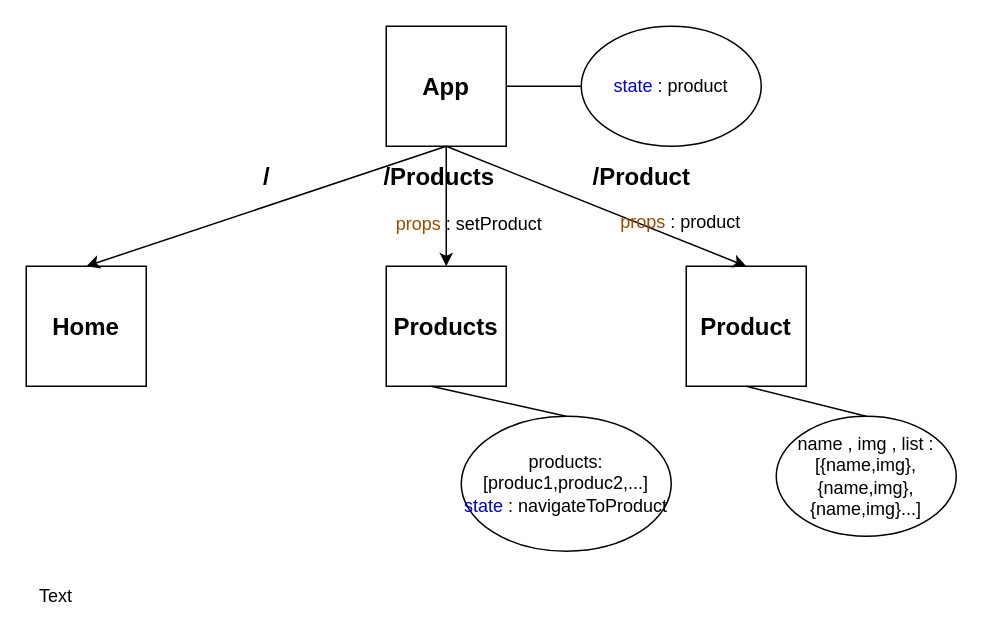
This is Component Diagram.drawio from NathanKr/react-spa-products, a draw.io file, before an edit. Source tidied: cells renumbered, new cells numbered last; positions are measured from the earlier drawing's top-left corner, leaving out a move shared by most shapes. Both pictures are drawn from the tidied source at 150%, with x=0, y=0 at pixel (26, 26).
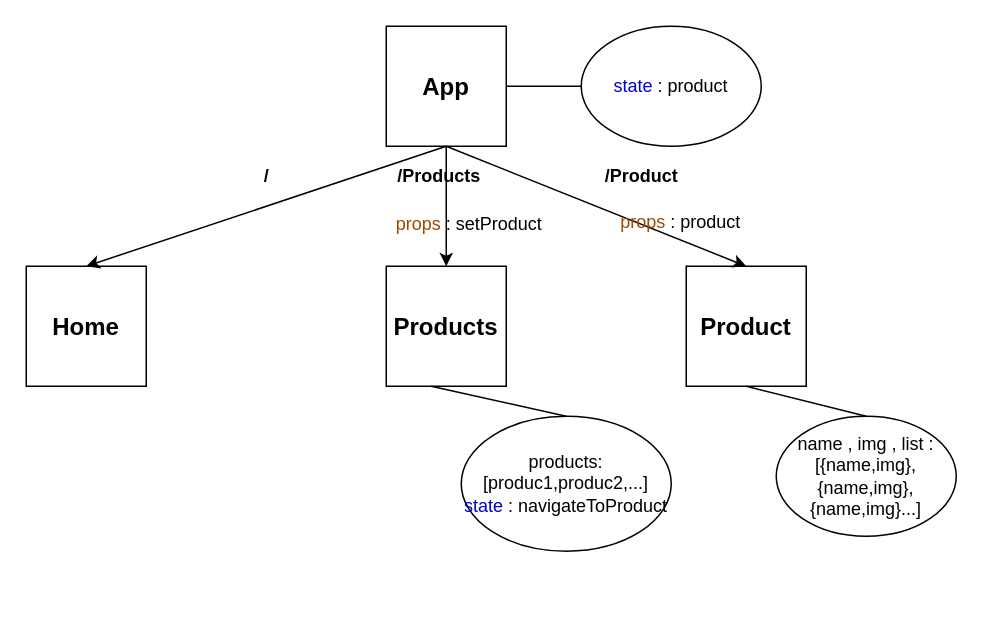
The same page after the edit.

Change to the diagram source:
```diff
@@
-    <mxCell id="17" value="Text" style="text;html=1;strokeColor=none;fillColor=none;align=center;verticalAlign=middle;whiteSpace=wrap;rounded=0;" parent="1" vertex="1">
-      <mxGeometry y="370" width="40" height="20" as="geometry" />
-    </mxCell>
-    <mxCell id="18" value="/" style="text;html=1;align=center;verticalAlign=middle;strokeWidth=3;fontStyle=1;fontSize=16;" parent="1" vertex="1">
+    <mxCell id="18" value="/" style="text;html=1;align=center;verticalAlign=middle;strokeWidth=3;fontStyle=1;fontSize=12;" parent="1" vertex="1">
       <mxGeometry x="150" y="90" width="20" height="20" as="geometry" />
     </mxCell>
-    <mxCell id="19" value="/Products" style="text;html=1;align=center;verticalAlign=middle;strokeWidth=3;fontStyle=1;fontSize=16;" parent="1" vertex="1">
-      <mxGeometry x="230" y="90" width="90" height="20" as="geometry" />
+    <mxCell id="19" value="/Products" style="text;html=1;align=center;verticalAlign=middle;strokeWidth=3;fontStyle=1;fontSize=12;" parent="1" vertex="1">
+      <mxGeometry x="240" y="90" width="70" height="20" as="geometry" />
     </mxCell>
-    <mxCell id="20" value="/Product" style="text;html=1;align=center;verticalAlign=middle;strokeWidth=3;fontStyle=1;fontSize=16;" parent="1" vertex="1">
-      <mxGeometry x="370" y="90" width="80" height="20" as="geometry" />
+    <mxCell id="20" value="/Product" style="text;html=1;align=center;verticalAlign=middle;strokeWidth=3;fontStyle=1;fontSize=12;" parent="1" vertex="1">
+      <mxGeometry x="380" y="90" width="60" height="20" as="geometry" />
     </mxCell>
```
